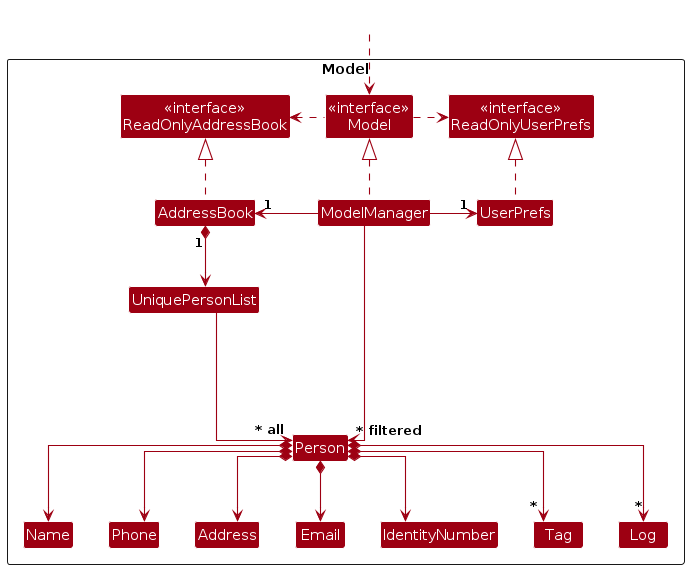
Earlier version of the PlantUML export diagrams/ModelClassDiagram.png (AY2425S1-CS2103T-W13-3/tp). Its source is kept beside it as diagrams/ModelClassDiagram.puml.
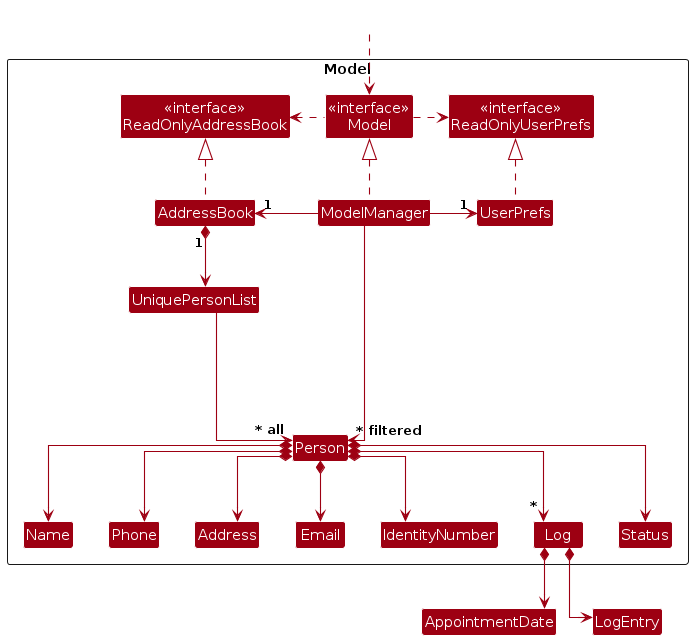
The same file after the commit.

Diff of the diagram source:
```diff
@@ -21,7 +21,7 @@
 Class Name
 Class Phone
 Class Log
-Class Tag
+Class Status
 
 Class I #FFFFFF
 }
@@ -47,7 +47,7 @@
 Person *--> Email
 Person *--> Address
 Person *--> "*" Log
-Person *--> "*" Tag
+Person *--> Status
 
 Person -[hidden]up--> I
 UniquePersonList -[hidden]right-> I
@@ -56,8 +56,12 @@
 Phone -[hidden]right-> Address
 Address -[hidden]right-> Email
 Email -[hidden]right-> IdentityNumber
-IdentityNumber -[hidden]right-> Tag
-Tag -[hidden]right-> Log
+IdentityNumber -[hidden]right-> Log
+Log -[hidden]right-> Status
+
+Log *--> LogEntry
+Log *--> AppointmentDate
+AppointmentDate -[hidden]right-> LogEntry
 
 ModelManager --> "~* filtered" Person
 @enduml
```
